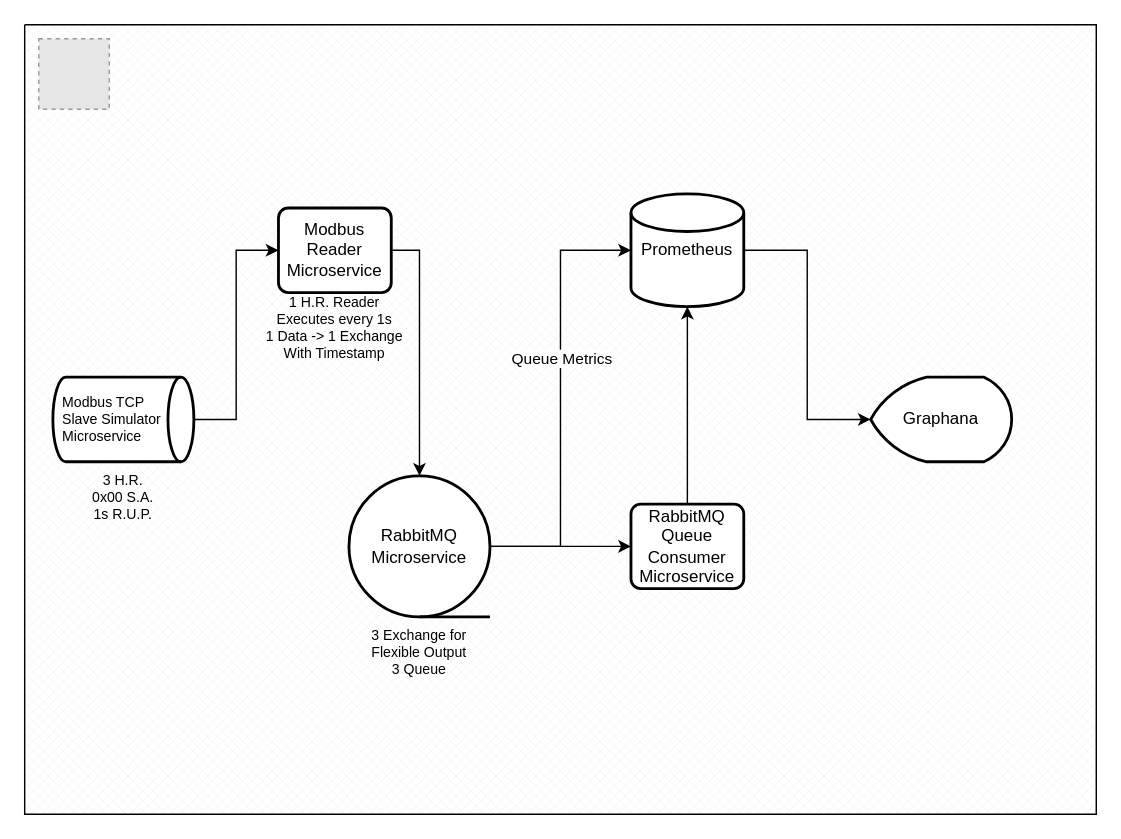
Before: Documents/Architecture_V1.drawio in dipcikibrahim/smartpulse-case, a draw.io diagram. Source tidied: cells renumbered, new cells numbered last; positions are measured from the earlier drawing's top-left corner, leaving out a move shared by most shapes. Both pictures are drawn from the tidied source at 141%, with x=0, y=0 at pixel (24, 24). Pictures stored in the file or linked from it are replaced by grey dashed boxes.
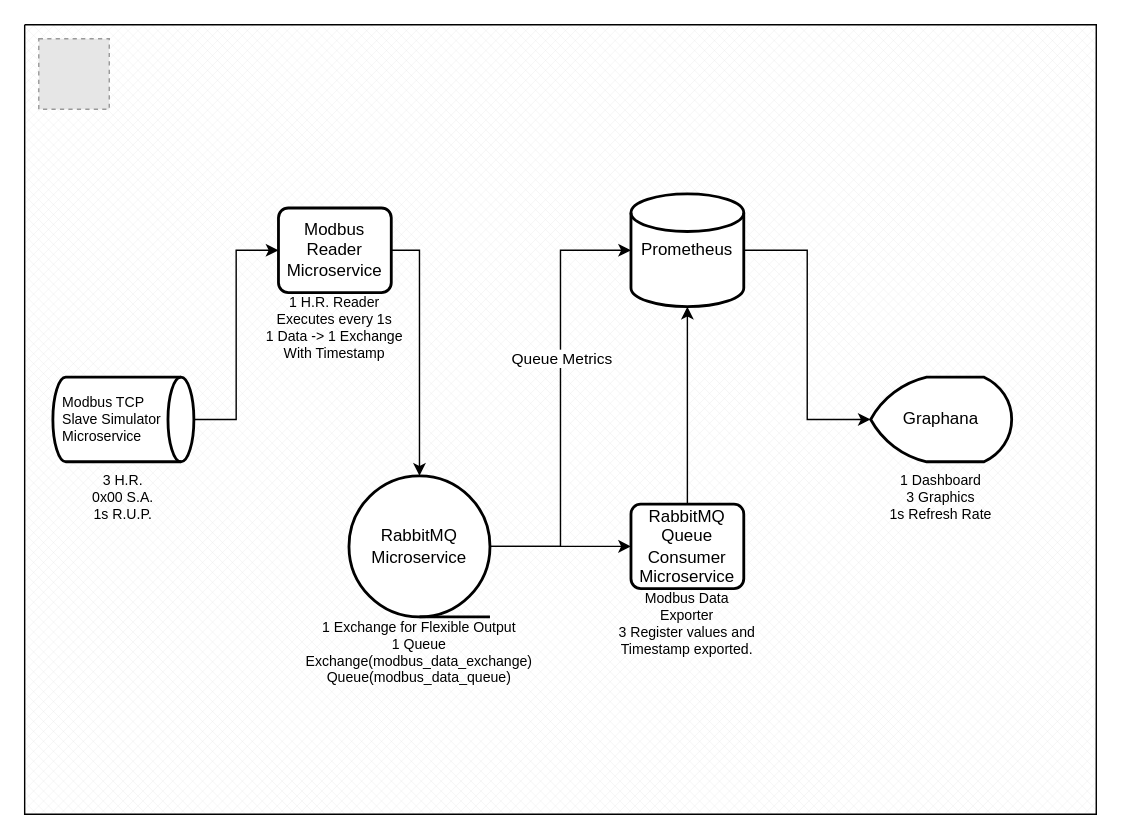
After the change.

Commit message (it also covers changes not shown here):
Architecture updated and graphana password changed.

Change to the diagram source:
```diff
@@
-    <mxCell id="12" value="3 Exchange for Flexible Output&lt;br&gt;3 Queue" style="text;html=1;strokeColor=none;fillColor=none;align=center;verticalAlign=middle;whiteSpace=wrap;rounded=0;fontSize=10;" parent="1" vertex="1">
+    <mxCell id="12" value="1 Exchange for Flexible Output&lt;br&gt;1 Queue&lt;br&gt;Exchange(modbus_data_exchange)&lt;br&gt;Queue(modbus_data_queue)" style="text;html=1;strokeColor=none;fillColor=none;align=center;verticalAlign=middle;whiteSpace=wrap;rounded=0;fontSize=10;" parent="1" vertex="1">
       <mxGeometry x="230" y="420" width="100" height="50" as="geometry" />
     </mxCell>
@@
+    <mxCell id="20" value="Modbus Data Exporter&lt;br&gt;3 Register values and Timestamp exported." style="text;html=1;strokeColor=none;fillColor=none;align=center;verticalAlign=middle;whiteSpace=wrap;rounded=0;fontSize=10;" parent="1" vertex="1">
+      <mxGeometry x="420" y="400" width="100" height="50" as="geometry" />
+    </mxCell>
+    <mxCell id="21" value="1 Dashboard&lt;br&gt;3 Graphics&lt;br&gt;1s Refresh Rate" style="text;html=1;strokeColor=none;fillColor=none;align=center;verticalAlign=middle;whiteSpace=wrap;rounded=0;fontSize=10;" parent="1" vertex="1">
+      <mxGeometry x="600" y="310" width="100" height="50" as="geometry" />
+    </mxCell>
```
